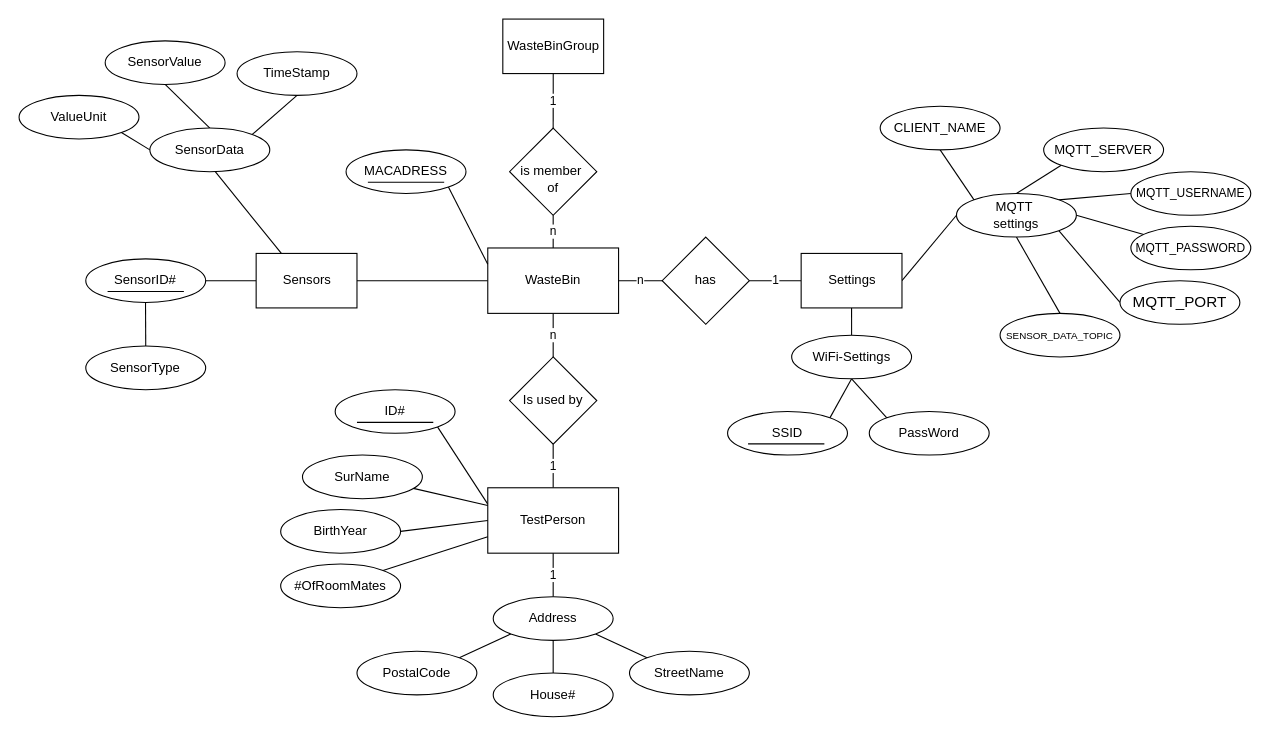
Before: WasteBinDBER.drawio in Casperdroid5/IoT-WasteBin-prototype, a draw.io diagram. Source tidied: cells renumbered, new cells numbered last; positions are measured from the earlier drawing's top-left corner, leaving out a move shared by most shapes. Both pictures are drawn from the tidied source at 109%, with x=0, y=0 at pixel (19, 19).
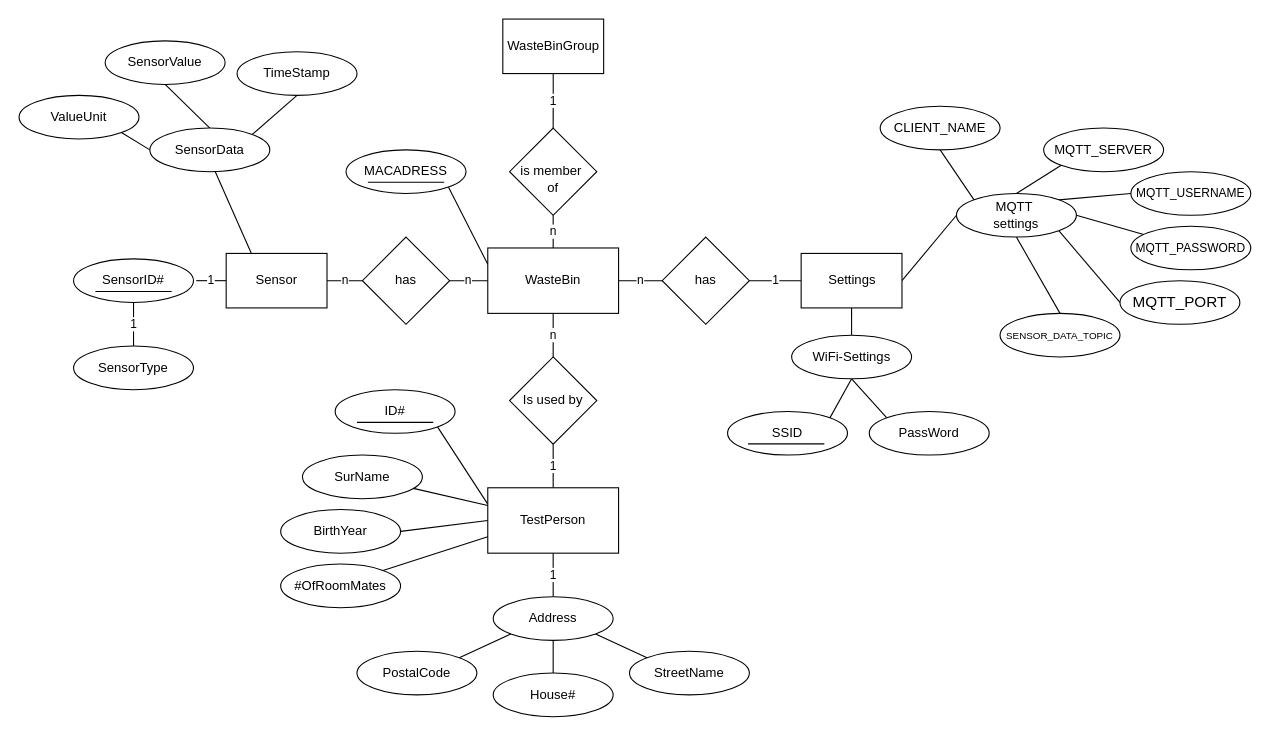
The same page after the edit.

Commit message (it also covers changes not shown here):
added modified Database design

Unchanged cells that the change refers to:
```xml
<mxCell id="5" value="WasteBin" style="rounded=0;whiteSpace=wrap;html=1;" parent="1" vertex="1">
  <mxGeometry x="430" y="210" width="120" height="60" as="geometry" />
</mxCell>
```

The edit, as a diff of the source:
```diff
@@
-    <mxCell id="4" style="edgeStyle=none;html=1;exitX=0;exitY=0.5;exitDx=0;exitDy=0;entryX=1;entryY=0.5;entryDx=0;entryDy=0;endArrow=none;endFill=0;" parent="1" edge="1" source="5" target="59">
-      <mxGeometry relative="1" as="geometry">
-        <Array as="points">
-          <mxPoint x="400" y="240" />
-        </Array>
-      </mxGeometry>
+    <mxCell id="4" value="n" style="edgeStyle=none;html=1;exitX=0;exitY=0.5;exitDx=0;exitDy=0;entryX=1;entryY=0.5;entryDx=0;entryDy=0;endArrow=none;endFill=0;startArrow=none;" parent="1" edge="1" source="72" target="59">
+      <mxGeometry relative="1" as="geometry" />
     </mxCell>
@@
-    <mxCell id="57" style="edgeStyle=none;html=1;exitX=0;exitY=0.5;exitDx=0;exitDy=0;entryX=1;entryY=0.5;entryDx=0;entryDy=0;endArrow=none;endFill=0;" parent="1" edge="1" source="59">
+    <mxCell id="57" value="1" style="edgeStyle=none;html=1;exitX=0;exitY=0.5;exitDx=0;exitDy=0;entryX=1;entryY=0.5;entryDx=0;entryDy=0;endArrow=none;endFill=0;" parent="1" edge="1" source="59">
       <mxGeometry relative="1" as="geometry">
         <mxPoint x="162.5" y="240" as="targetPoint" />
       </mxGeometry>
     </mxCell>
@@
-    <mxCell id="59" value="Sensors" style="rounded=0;whiteSpace=wrap;html=1;" parent="1" vertex="1">
-      <mxGeometry x="217.5" y="215" width="92.5" height="50" as="geometry" />
+    <mxCell id="59" value="Sensor" style="rounded=0;whiteSpace=wrap;html=1;" parent="1" vertex="1">
+      <mxGeometry x="190" y="215" width="92.5" height="50" as="geometry" />
     </mxCell>
     <mxCell id="60" value="SensorID#" style="ellipse;whiteSpace=wrap;html=1;" parent="1" vertex="1">
-      <mxGeometry x="61.2" y="220" width="110" height="40" as="geometry" />
+      <mxGeometry x="50" y="220" width="110" height="40" as="geometry" />
     </mxCell>
     <mxCell id="61" style="endArrow=none;html=1;" parent="1" edge="1">
       <mxGeometry relative="1" as="geometry">
-        <mxPoint x="81.2" y="250" as="sourcePoint" />
-        <mxPoint x="151.2" y="250" as="targetPoint" />
+        <mxPoint x="70" y="250" as="sourcePoint" />
+        <mxPoint x="140" y="250" as="targetPoint" />
       </mxGeometry>
     </mxCell>
-    <mxCell id="62" style="edgeStyle=none;html=1;exitX=0.5;exitY=0;exitDx=0;exitDy=0;endArrow=none;endFill=0;" parent="1" edge="1" source="63">
-      <mxGeometry relative="1" as="geometry">
-        <mxPoint x="116" y="260" as="targetPoint" />
-      </mxGeometry>
+    <mxCell id="62" value="1" style="edgeStyle=none;html=1;exitX=0.5;exitY=0;exitDx=0;exitDy=0;endArrow=none;endFill=0;entryX=0.5;entryY=1;entryDx=0;entryDy=0;" parent="1" edge="1" source="63" target="60">
+      <mxGeometry relative="1" as="geometry" />
     </mxCell>
     <mxCell id="63" value="SensorType" style="ellipse;whiteSpace=wrap;html=1;" parent="1" vertex="1">
-      <mxGeometry x="61.2" y="300" width="110" height="40" as="geometry" />
+      <mxGeometry x="50" y="300" width="110" height="40" as="geometry" />
     </mxCell>
@@
+    <mxCell id="71" value="n" style="edgeStyle=none;html=1;exitX=0;exitY=0.5;exitDx=0;exitDy=0;entryX=1;entryY=0.5;entryDx=0;entryDy=0;endArrow=none;endFill=0;" parent="1" edge="1" source="5" target="72">
+      <mxGeometry relative="1" as="geometry">
+        <Array as="points">
+          <mxPoint x="400" y="240" />
+        </Array>
+      </mxGeometry>
+    </mxCell>
+    <mxCell id="72" value="has" style="rhombus;whiteSpace=wrap;html=1;" parent="1" vertex="1">
+      <mxGeometry x="315" y="200" width="80" height="80" as="geometry" />
+    </mxCell>
```
